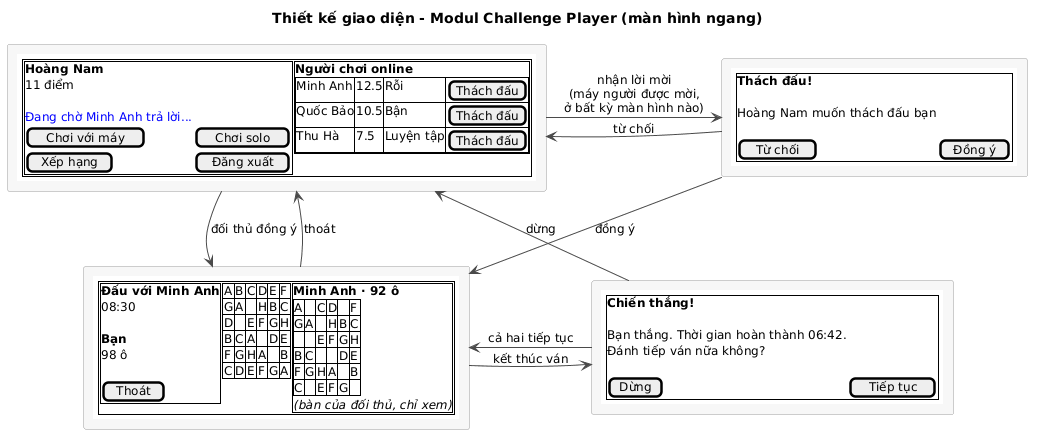
Before: docs/uml/pha3/ui-m3.png, a diagram exported from PlantUML (VattenL/mobile-pikachu). Its diagram source:
```plantuml
@startuml
title Thiết kế giao diện - Modul Challenge Player (màn hình ngang)

skinparam shadowing false
skinparam defaultFontSize 12
skinparam ArrowColor #4A4A4A
skinparam rectangle {
  BackgroundColor #F7F7F7
  BorderColor #9E9E9E
}

rectangle Main [
{{salt
{+
  { {+
      <b>Hoàng Nam
      11 điểm
      .
      <color:blue>Đang chờ Minh Anh trả lời...
      [ Chơi với máy ] | [ Chơi solo ]
      [ Xếp hạng ] | [ Đăng xuất ]
    } | {+
      <b>Người chơi online
      {#
        Minh Anh | 12.5 | Rỗi | [Thách đấu]
        Quốc Bảo | 10.5 | Bận | [Thách đấu]
        Thu Hà | 7.5 | Luyện tập | [Thách đấu]
      }
    } }
}
}}
]

rectangle Invite [
{{salt
{+
  <b>Thách đấu!
  .
  Hoàng Nam muốn thách đấu bạn
  .
  [ Từ chối ] | [ Đồng ý ]
}
}}
]

rectangle Match [
{{salt
{+
  { {+
      <b>Đấu với Minh Anh
      08:30
      .
      <b>Bạn
      98 ô
      .
      [ Thoát ]
    } | {#
      A | B | C | D | E | F
      G | A | . | H | B | C
      D | . | E | F | G | H
      B | C | A | . | D | E
      F | G | H | A | . | B
      C | D | E | F | G | A
    } | {+
      <b>Minh Anh · 92 ô
      {#
        A | . | C | D | . | F
        G | A | . | H | B | C
        . | . | E | F | G | H
        B | C | . | . | D | E
        F | G | H | A | . | B
        C | . | E | F | G | .
      }
      <i>(bàn của đối thủ, chỉ xem)
    } }
}
}}
]

rectangle Result [
{{salt
{+
  <b>Chiến thắng!
  .
  Bạn thắng. Thời gian hoàn thành 06:42.
  Đánh tiếp ván nữa không?
  .
  [ Dừng ] | [ Tiếp tục ]
}
}}
]

Main -right-> Invite : nhận lời mời\n(máy người được mời,\nở bất kỳ màn hình nào)
Invite -left-> Main : từ chối
Invite -down-> Match : đồng ý
Main -down-> Match : đối thủ đồng ý
Match -right-> Result : kết thúc ván
Result -up-> Match : cả hai tiếp tục
Result -up-> Main : dừng
Match -up-> Main : thoát
@enduml
```
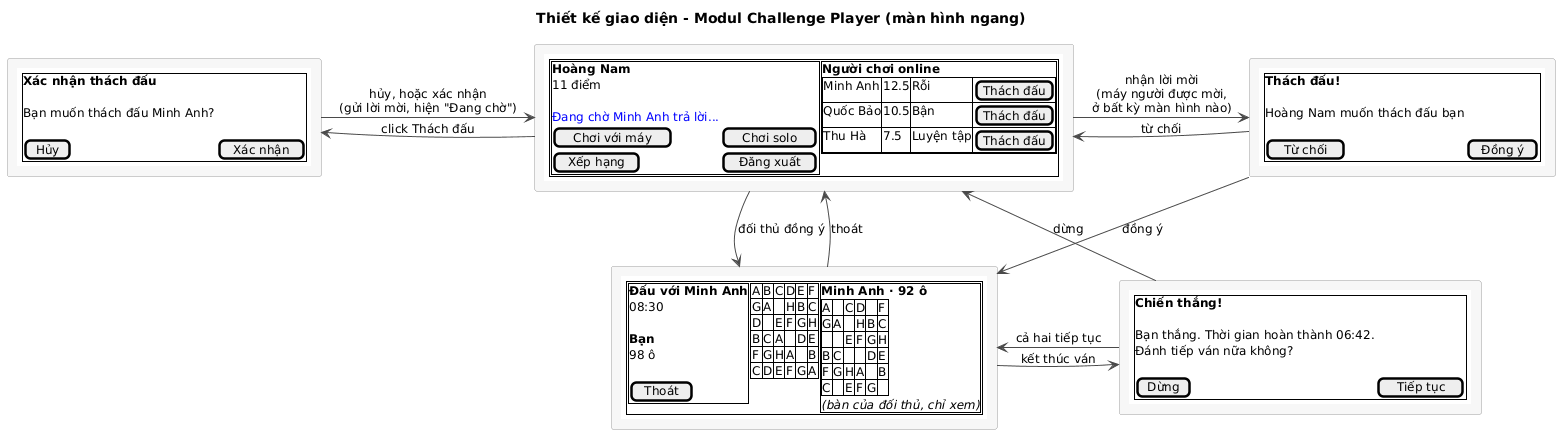
After the change.

Change to the diagram source:
```diff
@@ -27,6 +27,18 @@
         Thu Hà | 7.5 | Luyện tập | [Thách đấu]
       }
     } }
+}
+}}
+]
+
+rectangle Confirm [
+{{salt
+{+
+  <b>Xác nhận thách đấu
+  .
+  Bạn muốn thách đấu Minh Anh?
+  .
+  [ Hủy ] | [ Xác nhận ]
 }
 }}
 ]
@@ -90,6 +102,8 @@
 }}
 ]
 
+Main -left-> Confirm : click Thách đấu
+Confirm -right-> Main : hủy, hoặc xác nhận\n(gửi lời mời, hiện "Đang chờ")
 Main -right-> Invite : nhận lời mời\n(máy người được mời,\nở bất kỳ màn hình nào)
 Invite -left-> Main : từ chối
 Invite -down-> Match : đồng ý
```
